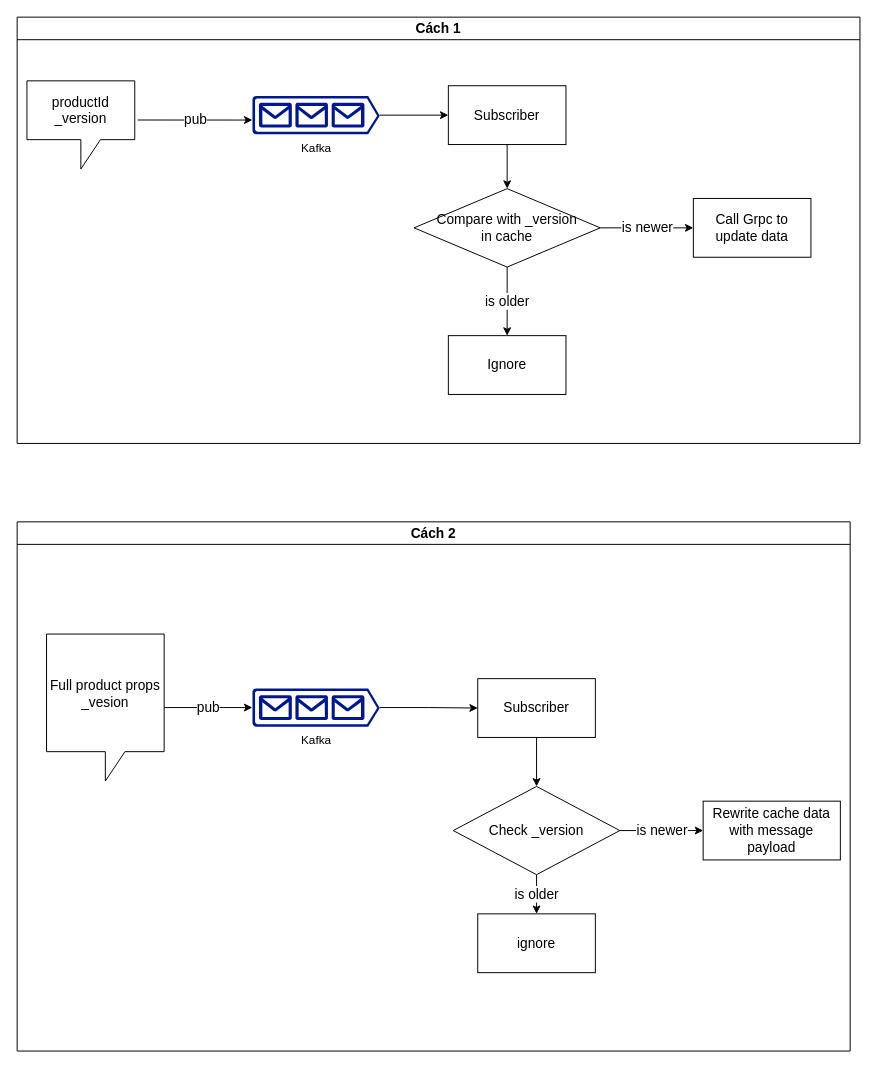
Above: page "Kafka pub/sub" (4 of 6) of architecture-ecommerce.drawio in shifuvn/diagram (draw.io), before the change. Source tidied: cells renumbered, new cells numbered last; positions are measured from the earlier drawing's top-left corner, leaving out a move shared by most shapes. Both pictures are drawn from the tidied source at 98%, with x=0, y=0 at pixel (17, 17).
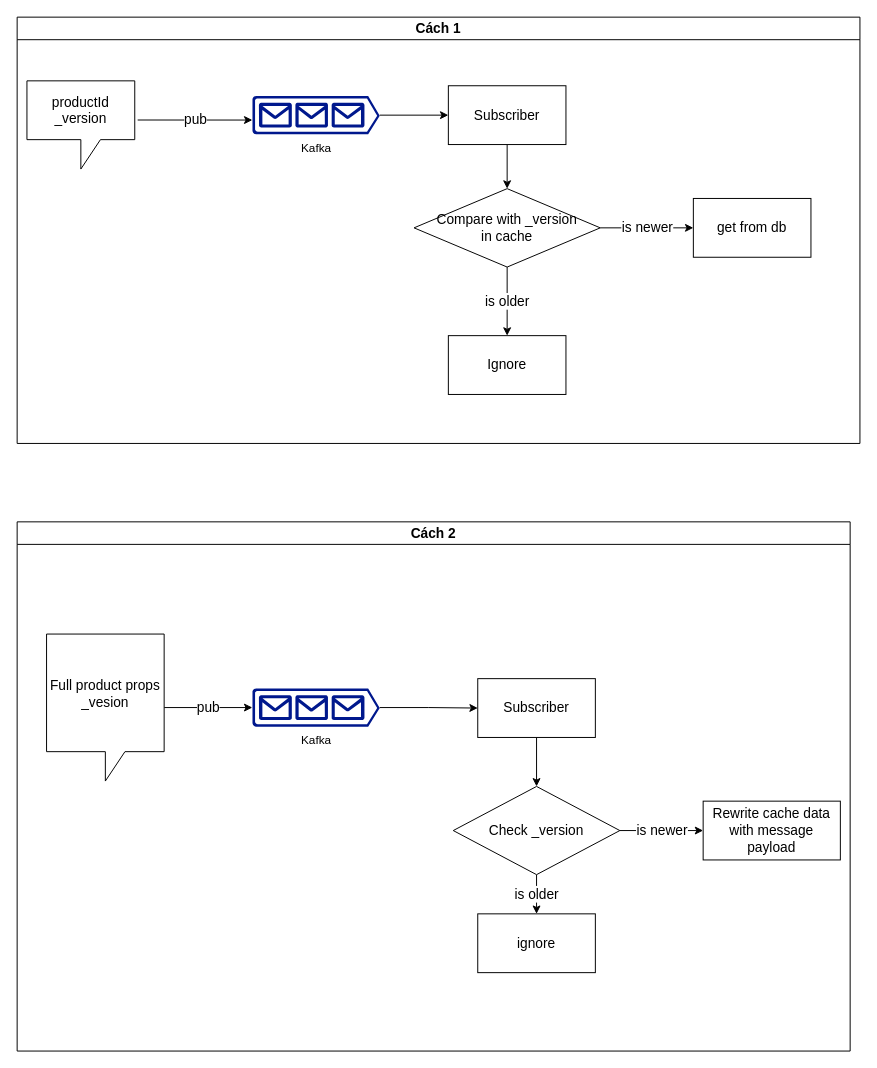
Above is the later version.

What changed in the source:
```diff
@@
-    <mxCell id="12" value="Call Grpc to update data" style="rounded=0;whiteSpace=wrap;html=1;fontSize=14;" parent="1" vertex="1">
+    <mxCell id="12" value="get from db" style="rounded=0;whiteSpace=wrap;html=1;fontSize=14;" parent="1" vertex="1">
       <mxGeometry x="690" y="185" width="120" height="60" as="geometry" />
     </mxCell>
```
